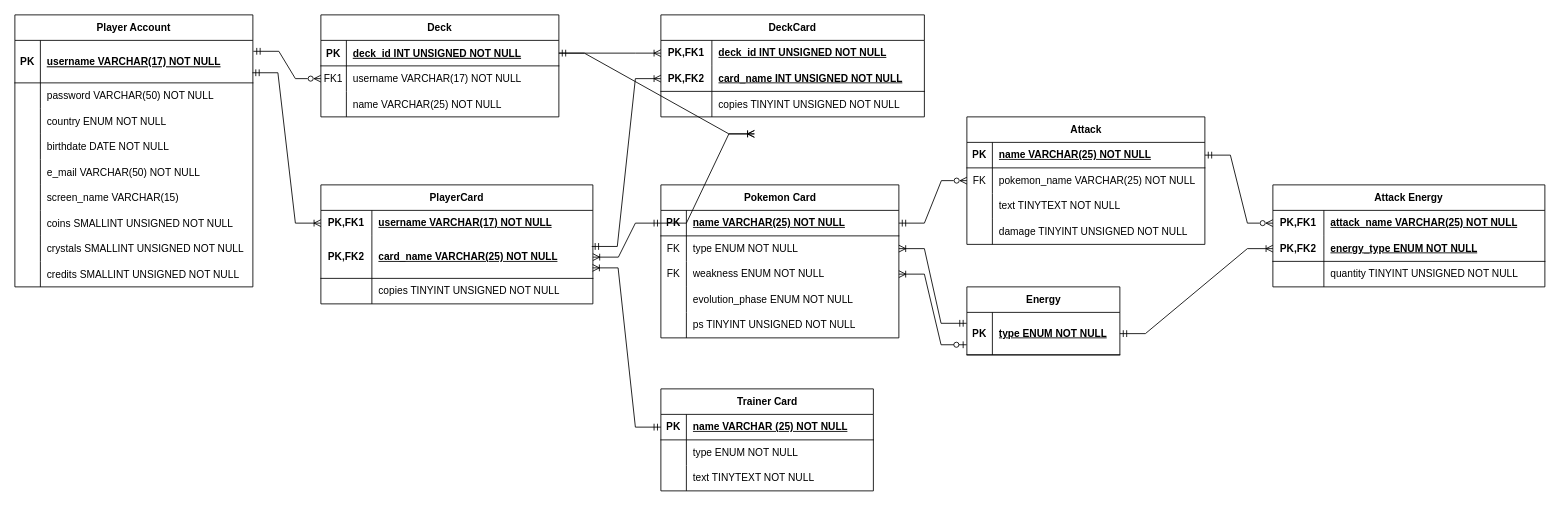
Earlier version of the draw.io diagram Data Bases/Tareas/Pokemon TCG/Pokemon-TCG-ER.drawio (BassedWarrior/A01027983_TC2005B). Source tidied: cells renumbered, new cells numbered last; positions are measured from the earlier drawing's top-left corner, leaving out a move shared by most shapes. Both pictures are drawn from the tidied source at 85%, with x=0, y=0 at pixel (14, 14).
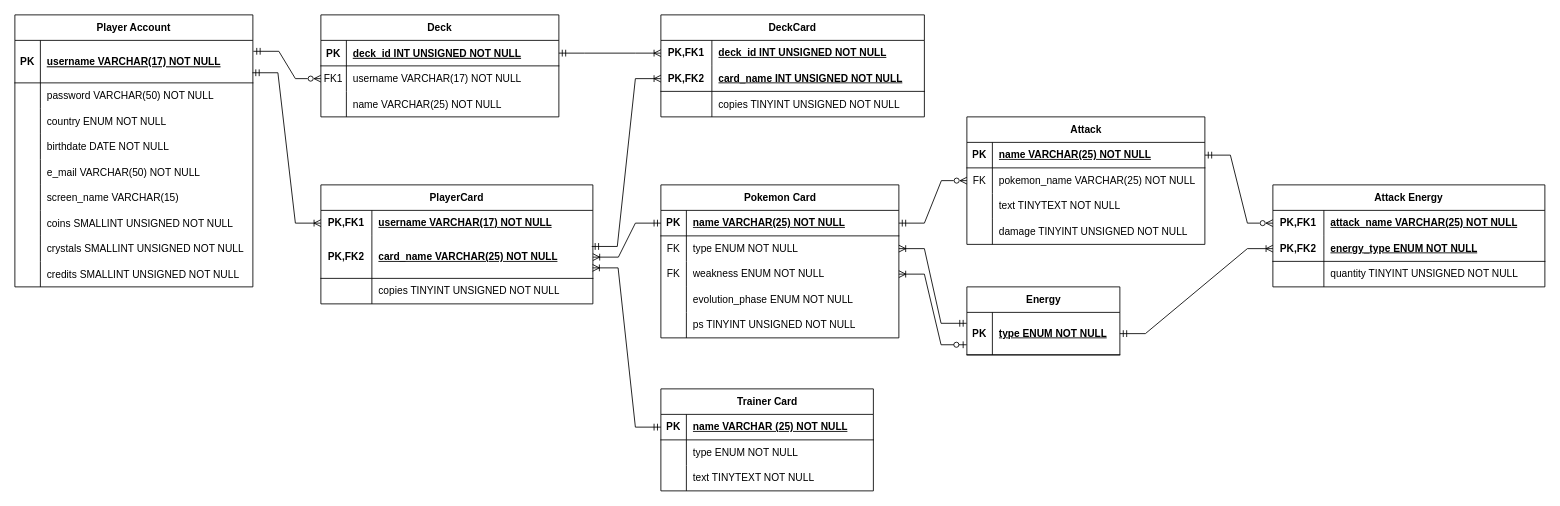
The same diagram, later.

Commit message:
Removed dangling relationship arrows

Unchanged cells that the change refers to:
```xml
<mxCell id="4" style="shape=partialRectangle;fillColor=none;points=[[0,0.5],[1,0.5]];portConstraint=eastwest;top=0;left=0;right=0;bottom=1;" parent="3" vertex="1">
  <mxGeometry y="30" width="280" height="30" as="geometry" />
</mxCell>
<mxCell id="42" style="shape=tableRow;horizontal=0;startSize=0;swimlaneHead=0;swimlaneBody=0;fillColor=none;points=[[0,0.5],[1,0.5]];portConstraint=eastwest;top=0;left=0;right=0;bottom=1;" parent="41" vertex="1">
  <mxGeometry y="30" width="280" height="30" as="geometry" />
</mxCell>
```

What changed in the source:
```diff
@@
-    <mxCell id="57" style="edgeStyle=entityRelationEdgeStyle;fontSize=12;html=1;endArrow=ERoneToMany;rounded=0;exitX=1;exitY=0.5;exitDx=0;exitDy=0;" parent="1" edge="1" source="4">
-      <mxGeometry relative="1" as="geometry">
-        <mxPoint x="870" y="140" as="targetPoint" />
-      </mxGeometry>
-    </mxCell>
-    <mxCell id="58" style="edgeStyle=entityRelationEdgeStyle;fontSize=12;html=1;endArrow=ERoneToMany;rounded=0;exitX=0;exitY=0.5;exitDx=0;exitDy=0;entryX=1;entryY=0.5;entryDx=0;entryDy=0;" parent="1" edge="1" source="42">
-      <mxGeometry relative="1" as="geometry">
-        <mxPoint x="870" y="140" as="targetPoint" />
-      </mxGeometry>
-    </mxCell>
```
